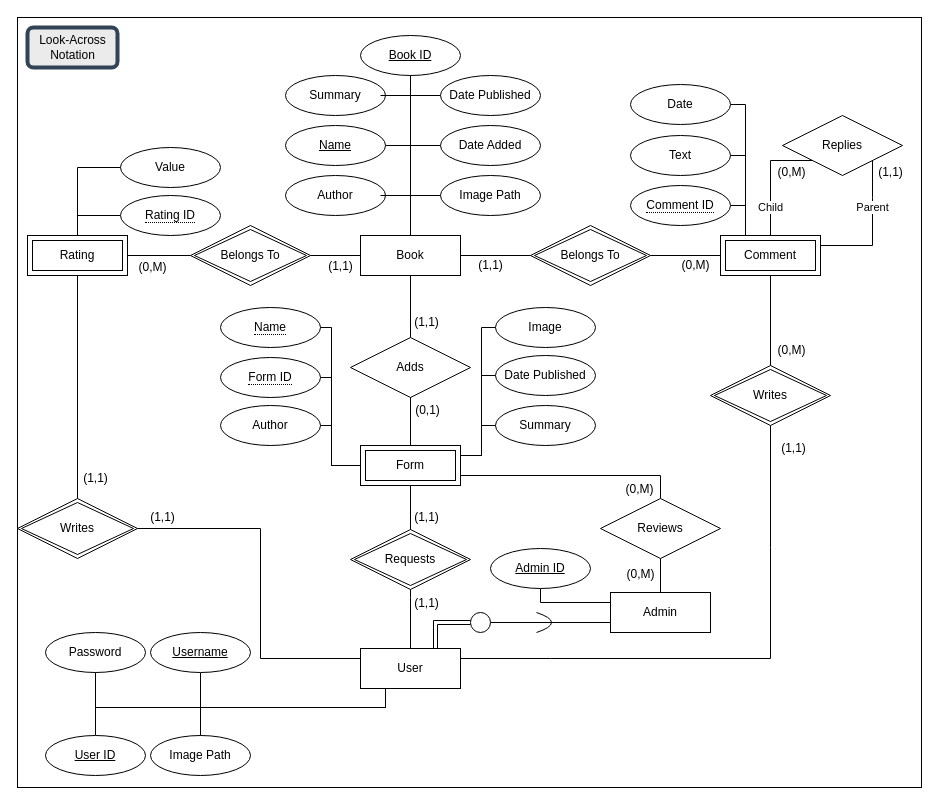
The draw.io diagram BDB Diagram.drawio in theinsurgentarchive/BDB, before the edit. Source tidied: cells renumbered, new cells numbered last; positions are measured from the earlier drawing's top-left corner, leaving out a move shared by most shapes. Both pictures are drawn from the tidied source at 100%, with x=0, y=0 at pixel (17, 17).
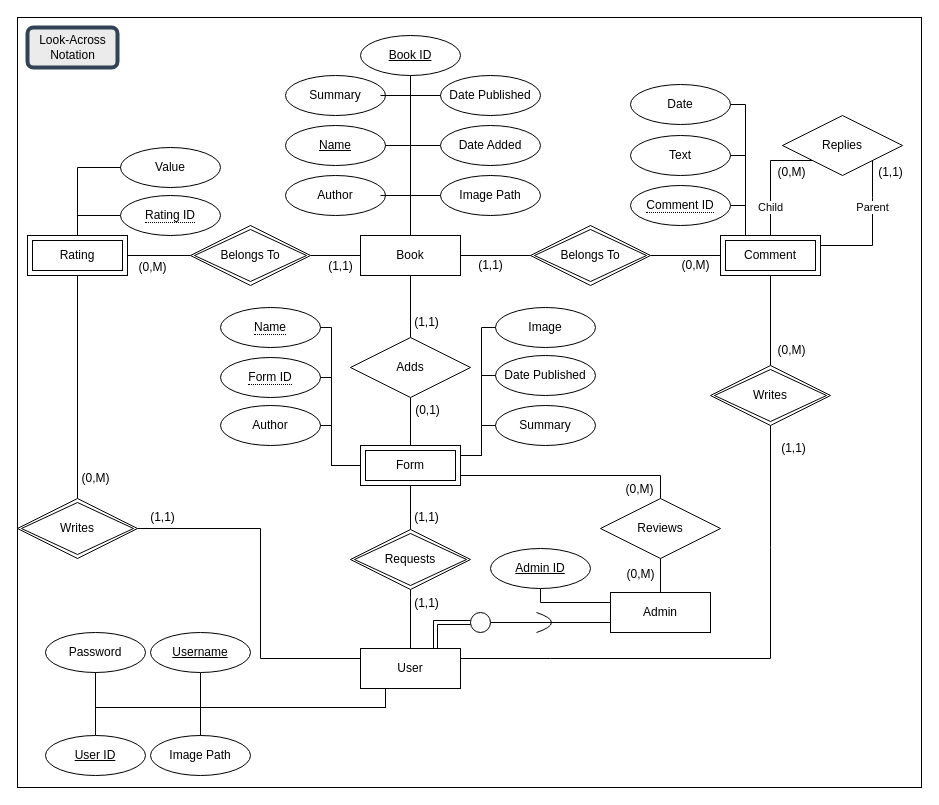
Above is the later version.

Commit message:
Switched User Writes relationship from 1:1 to 0:M in BDB Diagram.drawio

Change to the diagram source:
```diff
@@
-    <mxCell id="65" value="(1,1)" style="text;html=1;align=center;verticalAlign=middle;strokeColor=none;fillColor=none;" parent="1" vertex="1">
+    <mxCell id="65" value="(0,M)" style="text;html=1;align=center;verticalAlign=middle;strokeColor=none;fillColor=none;" parent="1" vertex="1">
       <mxGeometry x="53" y="446" width="50" height="30" as="geometry" />
     </mxCell>
```
